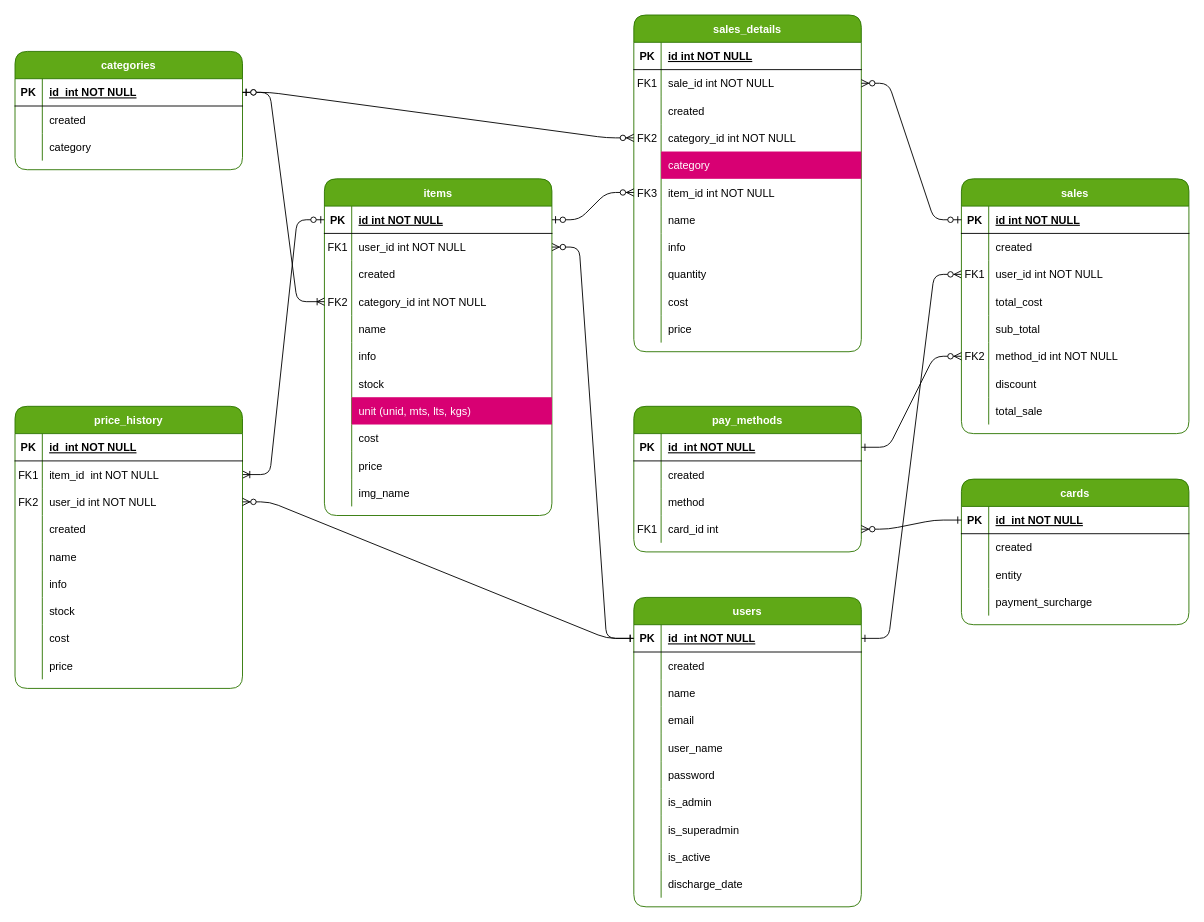
Above: Entidades-relaciones.drawio in m415x/POS (draw.io), before the change. Source tidied: cells renumbered, new cells numbered last; positions are measured from the earlier drawing's top-left corner, leaving out a move shared by most shapes. Both pictures are drawn from the tidied source at 91%, with x=0, y=0 at pixel (15, 15).
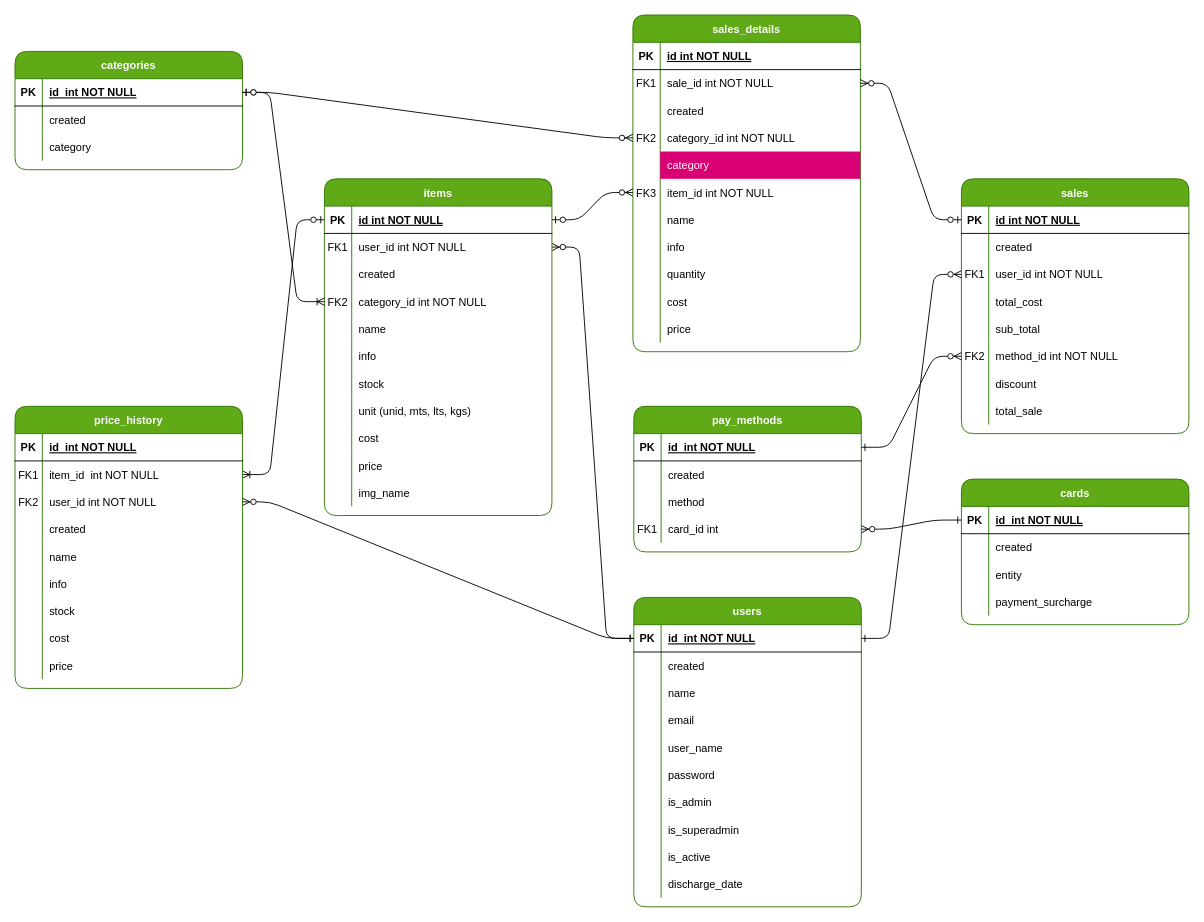
Above is the later version.

Unchanged cells that the change refers to:
```xml
<mxCell id="27" style="shape=partialRectangle;fillColor=none;top=0;left=0;right=0;bottom=0;" parent="5" vertex="1">
  <mxGeometry y="240" width="250" height="30" as="geometry" />
</mxCell>
```

Diff of the diagram source:
```diff
@@
-    <mxCell id="29" value="unit (unid, mts, lts, kgs)" style="shape=partialRectangle;overflow=hidden;fillColor=#d80073;top=0;left=0;bottom=0;right=0;align=left;spacingLeft=6;fontColor=#ffffff;strokeColor=#A50040;" parent="27" vertex="1">
+    <mxCell id="29" value="unit (unid, mts, lts, kgs)" style="shape=partialRectangle;overflow=hidden;top=0;left=0;bottom=0;right=0;align=left;spacingLeft=6;fillColor=none;" parent="27" vertex="1">
       <mxGeometry x="30" width="220" height="30" as="geometry" />
     </mxCell>
@@
     <mxCell id="95" value="sales_details" style="shape=table;startSize=30;childLayout=tableLayout;rowLines=0;fontStyle=1;align=center;rounded=1;fillColor=#60a917;fontColor=#ffffff;strokeColor=#2D7600;" parent="1" vertex="1">
-      <mxGeometry x="680" width="250" height="370" as="geometry" />
+      <mxGeometry x="679" width="250" height="370" as="geometry" />
     </mxCell>
```
